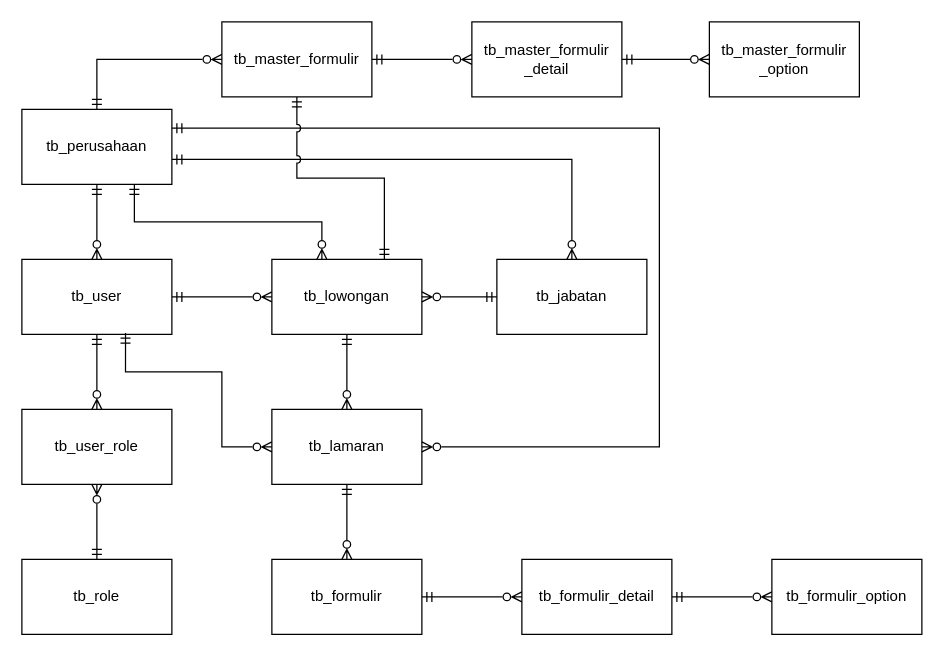
The draw.io diagram page "ERD" (2 of 3) of Rancanngan Basis Data.drawio in keys2505/tugas-akhir, before the edit. Source tidied: cells renumbered, new cells numbered last; positions are measured from the earlier drawing's top-left corner, leaving out a move shared by most shapes. Both pictures are drawn from the tidied source at 125%, with x=0, y=0 at pixel (21, 21).
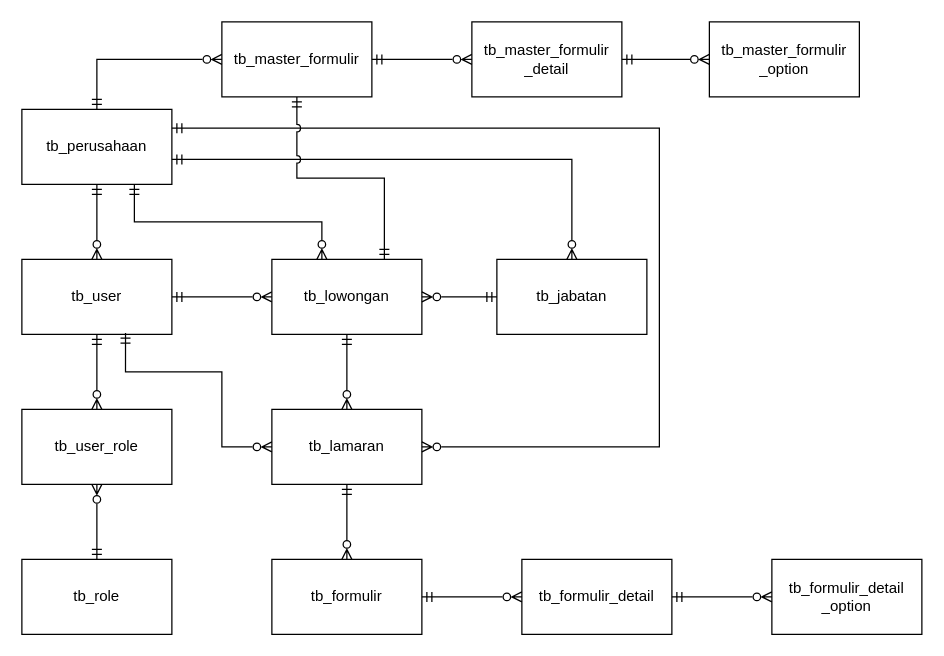
The same page after the edit.

What changed in the source:
```diff
@@
-    <mxCell id="14" value="tb_formulir_option" style="rounded=0;whiteSpace=wrap;html=1;" parent="1" vertex="1">
+    <mxCell id="14" value="tb_formulir_detail&lt;br&gt;_option" style="rounded=0;whiteSpace=wrap;html=1;" parent="1" vertex="1">
       <mxGeometry x="600" y="430" width="120" height="60" as="geometry" />
     </mxCell>
```
